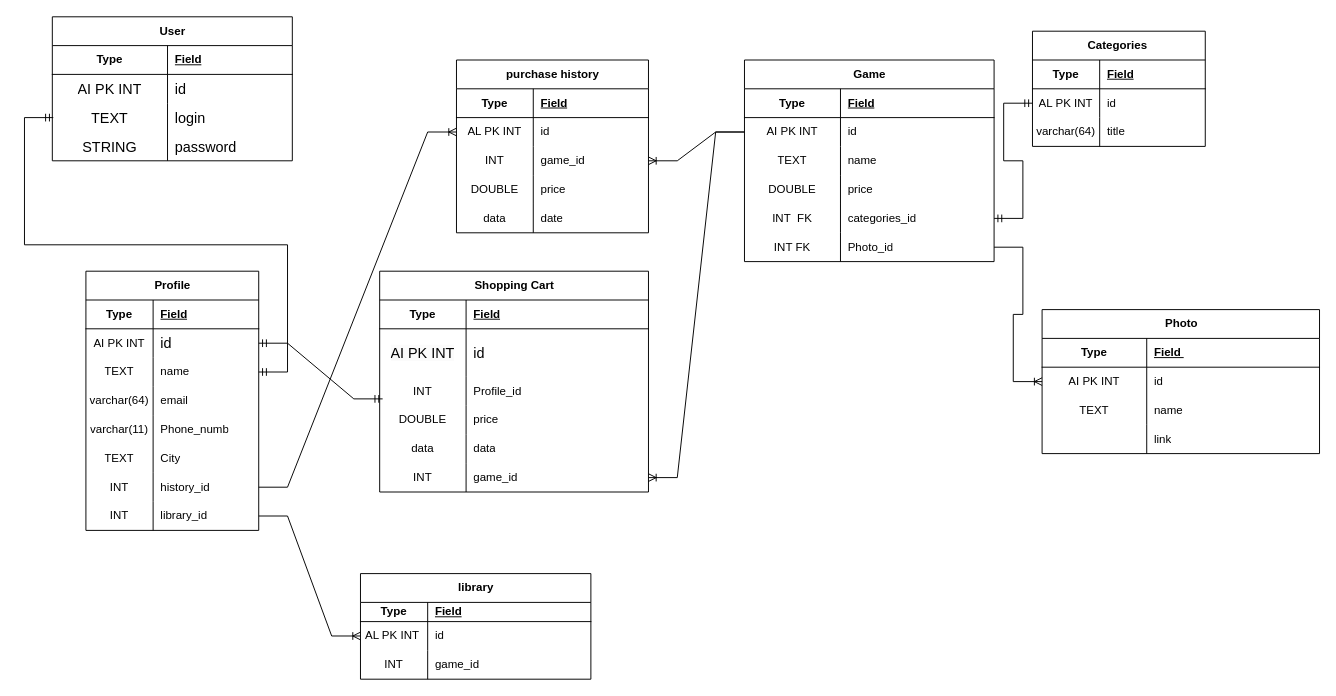
The draw.io diagram Диаграмма без названия.drawio in david371k/7.09.23, before the edit. Source tidied: cells renumbered, new cells numbered last; positions are measured from the earlier drawing's top-left corner, leaving out a move shared by most shapes. Both pictures are drawn from the tidied source at 96%, with x=0, y=0 at pixel (-974, 16).
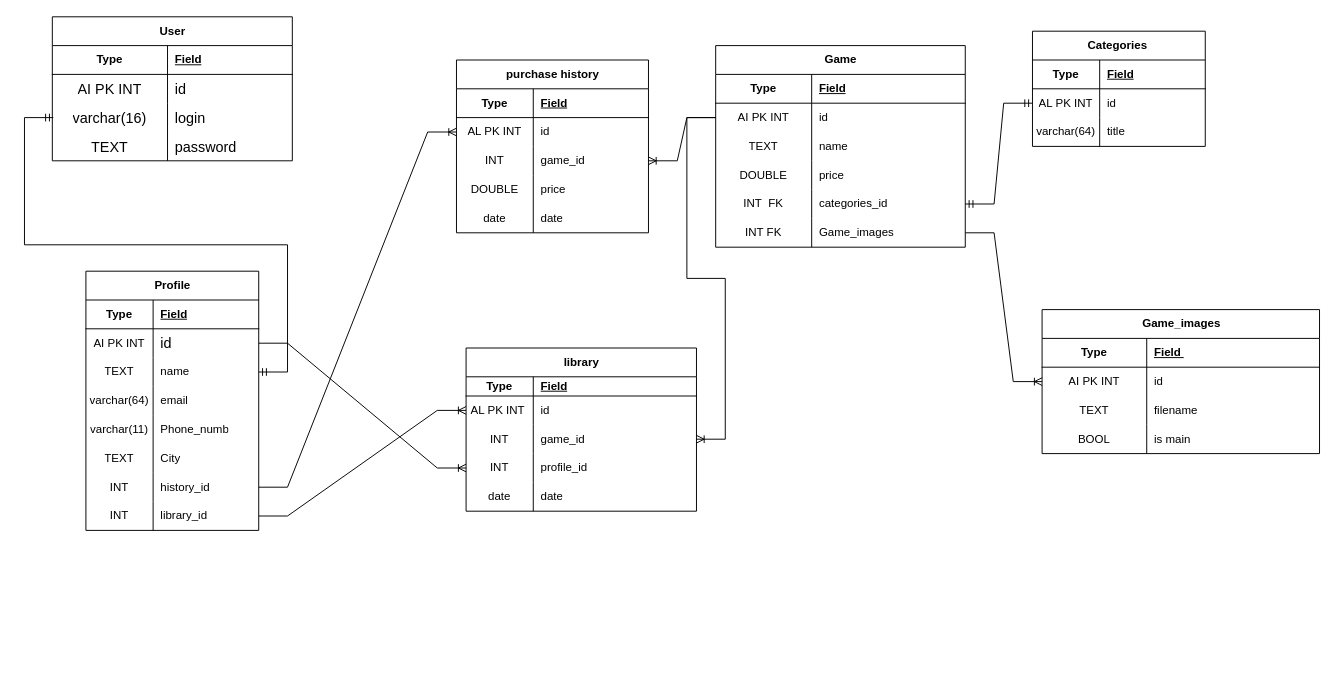
After the change.

Unchanged cells that the change refers to:
```xml
<mxCell id="9" style="shape=tableRow;horizontal=0;startSize=0;swimlaneHead=0;swimlaneBody=0;fillColor=none;top=0;left=0;right=0;bottom=0;" parent="2" vertex="1">
  <mxGeometry y="90" width="250" height="30" as="geometry" />
</mxCell>
<mxCell id="12" style="shape=tableRow;horizontal=0;startSize=0;swimlaneHead=0;swimlaneBody=0;fillColor=none;top=0;left=0;right=0;bottom=0;" parent="2" vertex="1">
  <mxGeometry y="120" width="250" height="30" as="geometry" />
</mxCell>
<mxCell id="19" style="shape=tableRow;horizontal=0;startSize=0;swimlaneHead=0;swimlaneBody=0;fillColor=none;points=[[0,0.5],[1,0.5]];portConstraint=eastwest;top=0;left=0;right=0;bottom=0;" parent="15" vertex="1">
  <mxGeometry y="60" width="180" height="30" as="geometry" />
</mxCell>
<mxCell id="64" style="shape=tableRow;horizontal=0;startSize=0;swimlaneHead=0;swimlaneBody=0;fillColor=none;points=[[0,0.5],[1,0.5]];portConstraint=eastwest;top=0;left=0;right=0;bottom=0;" parent="60" vertex="1">
  <mxGeometry y="60" width="260" height="30" as="geometry" />
</mxCell>
<mxCell id="76" style="shape=tableRow;horizontal=0;startSize=0;swimlaneHead=0;swimlaneBody=0;fillColor=none;points=[[0,0.5],[1,0.5]];portConstraint=eastwest;top=0;left=0;right=0;bottom=0;" parent="60" vertex="1">
  <mxGeometry y="180" width="260" height="30" as="geometry" />
</mxCell>
<mxCell id="98" style="shape=tableRow;horizontal=0;startSize=0;swimlaneHead=0;swimlaneBody=0;fillColor=none;top=0;left=0;right=0;bottom=0;" parent="91" vertex="1">
  <mxGeometry y="90" width="289" height="30" as="geometry" />
</mxCell>
<mxCell id="101" style="shape=tableRow;horizontal=0;startSize=0;swimlaneHead=0;swimlaneBody=0;fillColor=none;top=0;left=0;right=0;bottom=0;" parent="91" vertex="1">
  <mxGeometry y="120" width="289" height="30" as="geometry" />
</mxCell>
<mxCell id="118" style="shape=tableRow;horizontal=0;startSize=0;swimlaneHead=0;swimlaneBody=0;fillColor=none;top=0;left=0;right=0;bottom=0;" parent="105" vertex="1">
  <mxGeometry y="150" width="200" height="30" as="geometry" />
</mxCell>
<mxCell id="129" style="shape=tableRow;horizontal=0;startSize=0;swimlaneHead=0;swimlaneBody=0;fillColor=none;points=[[0,0.5],[1,0.5]];portConstraint=eastwest;top=0;left=0;right=0;bottom=0;" parent="122" vertex="1">
  <mxGeometry y="80" width="240" height="30" as="geometry" />
</mxCell>
```

The edit, as a diff of the source:
```diff
@@
-    <mxCell id="10" value="&lt;font style=&quot;font-size: 15px;&quot;&gt;TEXT&lt;/font&gt;" style="shape=partialRectangle;fillColor=none;top=0;left=0;bottom=0;right=0;overflow=hidden;whiteSpace=wrap;html=1;" parent="9" vertex="1">
+    <mxCell id="10" value="&lt;font style=&quot;font-size: 15px;&quot;&gt;varchar(16)&lt;/font&gt;" style="shape=partialRectangle;fillColor=none;top=0;left=0;bottom=0;right=0;overflow=hidden;whiteSpace=wrap;html=1;" parent="9" vertex="1">
       <mxGeometry width="120" height="30" as="geometry" />
     </mxCell>
@@
-    <mxCell id="13" value="&lt;span style=&quot;font-size: 15px;&quot;&gt;STRING&lt;/span&gt;" style="shape=partialRectangle;fillColor=none;top=0;left=0;bottom=0;right=0;overflow=hidden;whiteSpace=wrap;html=1;" parent="12" vertex="1">
+    <mxCell id="13" value="&lt;span style=&quot;font-size: 15px;&quot;&gt;TEXT&lt;/span&gt;" style="shape=partialRectangle;fillColor=none;top=0;left=0;bottom=0;right=0;overflow=hidden;whiteSpace=wrap;html=1;" parent="12" vertex="1">
       <mxGeometry width="120" height="30" as="geometry" />
     </mxCell>
@@
-    <mxCell id="41" value="Shopping Cart" style="shape=table;startSize=30;childLayout=tableLayout;rowLines=0;fontStyle=1;align=center;html=1;" parent="1" vertex="1">
-      <mxGeometry x="1410" y="265" width="280" height="230" as="geometry" />
-    </mxCell>
-    <mxCell id="42" style="shape=tableRow;horizontal=0;startSize=0;swimlaneHead=0;swimlaneBody=0;fillColor=none;top=0;left=0;right=0;bottom=1;" parent="41" vertex="1">
-      <mxGeometry y="30" width="280" height="30" as="geometry" />
-    </mxCell>
-    <mxCell id="43" value="Type" style="shape=partialRectangle;fillColor=none;top=0;left=0;bottom=0;right=0;fontStyle=1;overflow=hidden;whiteSpace=wrap;html=1;" parent="42" vertex="1">
-      <mxGeometry width="90" height="30" as="geometry" />
-    </mxCell>
-    <mxCell id="44" value="Field" style="shape=partialRectangle;fillColor=none;top=0;left=0;bottom=0;right=0;align=left;spacingLeft=6;fontStyle=5;overflow=hidden;whiteSpace=wrap;html=1;" parent="42" vertex="1">
-      <mxGeometry x="90" width="190" height="30" as="geometry" />
-    </mxCell>
-    <mxCell id="45" style="shape=tableRow;horizontal=0;startSize=0;swimlaneHead=0;swimlaneBody=0;fillColor=none;top=0;left=0;right=0;bottom=0;" parent="41" vertex="1">
-      <mxGeometry y="60" width="280" height="50" as="geometry" />
-    </mxCell>
-    <mxCell id="46" value="&#10;&lt;span style=&quot;color: rgb(0, 0, 0); font-family: Helvetica; font-size: 15px; font-style: normal; font-variant-ligatures: normal; font-variant-caps: normal; font-weight: 400; letter-spacing: normal; orphans: 2; text-align: center; text-indent: 0px; text-transform: none; widows: 2; word-spacing: 0px; -webkit-text-stroke-width: 0px; background-color: rgb(251, 251, 251); text-decoration-thickness: initial; text-decoration-style: initial; text-decoration-color: initial; float: none; display: inline !important;&quot;&gt;AI PK INT&lt;/span&gt;&#10;&#10;" style="shape=partialRectangle;fillColor=none;top=0;left=0;bottom=0;right=0;overflow=hidden;whiteSpace=wrap;html=1;" parent="45" vertex="1">
-      <mxGeometry width="90" height="50" as="geometry" />
-    </mxCell>
-    <mxCell id="47" value="&lt;font style=&quot;font-size: 15px;&quot;&gt;id&lt;/font&gt;" style="shape=partialRectangle;fillColor=none;top=0;left=0;bottom=0;right=0;align=left;spacingLeft=6;overflow=hidden;whiteSpace=wrap;html=1;" parent="45" vertex="1">
-      <mxGeometry x="90" width="190" height="50" as="geometry" />
-    </mxCell>
-    <mxCell id="48" style="shape=tableRow;horizontal=0;startSize=0;swimlaneHead=0;swimlaneBody=0;fillColor=none;points=[[0,0.5],[1,0.5]];portConstraint=eastwest;top=0;left=0;right=0;bottom=0;" parent="41" vertex="1">
-      <mxGeometry y="110" width="280" height="30" as="geometry" />
-    </mxCell>
-    <mxCell id="49" value="INT" style="shape=partialRectangle;fillColor=none;top=0;left=0;bottom=0;right=0;overflow=hidden;whiteSpace=wrap;html=1;" parent="48" vertex="1">
-      <mxGeometry width="90" height="30" as="geometry" />
-    </mxCell>
-    <mxCell id="50" value="Profile_id" style="shape=partialRectangle;fillColor=none;top=0;left=0;bottom=0;right=0;align=left;spacingLeft=6;overflow=hidden;whiteSpace=wrap;html=1;" parent="48" vertex="1">
-      <mxGeometry x="90" width="190" height="30" as="geometry" />
-    </mxCell>
-    <mxCell id="51" style="shape=tableRow;horizontal=0;startSize=0;swimlaneHead=0;swimlaneBody=0;fillColor=none;top=0;left=0;right=0;bottom=0;" parent="41" vertex="1">
-      <mxGeometry y="140" width="280" height="30" as="geometry" />
-    </mxCell>
-    <mxCell id="52" value="DOUBLE" style="shape=partialRectangle;fillColor=none;top=0;left=0;bottom=0;right=0;overflow=hidden;whiteSpace=wrap;html=1;" parent="51" vertex="1">
-      <mxGeometry width="90" height="30" as="geometry" />
-    </mxCell>
-    <mxCell id="53" value="price" style="shape=partialRectangle;fillColor=none;top=0;left=0;bottom=0;right=0;align=left;spacingLeft=6;overflow=hidden;whiteSpace=wrap;html=1;" parent="51" vertex="1">
-      <mxGeometry x="90" width="190" height="30" as="geometry" />
-    </mxCell>
-    <mxCell id="54" style="shape=tableRow;horizontal=0;startSize=0;swimlaneHead=0;swimlaneBody=0;fillColor=none;top=0;left=0;right=0;bottom=0;" parent="41" vertex="1">
-      <mxGeometry y="170" width="280" height="30" as="geometry" />
-    </mxCell>
-    <mxCell id="55" value="data" style="shape=partialRectangle;fillColor=none;top=0;left=0;bottom=0;right=0;overflow=hidden;whiteSpace=wrap;html=1;" parent="54" vertex="1">
-      <mxGeometry width="90" height="30" as="geometry" />
-    </mxCell>
-    <mxCell id="56" value="data" style="shape=partialRectangle;fillColor=none;top=0;left=0;bottom=0;right=0;align=left;spacingLeft=6;overflow=hidden;whiteSpace=wrap;html=1;" parent="54" vertex="1">
-      <mxGeometry x="90" width="190" height="30" as="geometry" />
-    </mxCell>
-    <mxCell id="57" style="shape=tableRow;horizontal=0;startSize=0;swimlaneHead=0;swimlaneBody=0;fillColor=none;points=[[0,0.5],[1,0.5]];portConstraint=eastwest;top=0;left=0;right=0;bottom=0;" parent="41" vertex="1">
-      <mxGeometry y="200" width="280" height="30" as="geometry" />
-    </mxCell>
-    <mxCell id="58" value="INT" style="shape=partialRectangle;fillColor=none;top=0;left=0;bottom=0;right=0;overflow=hidden;whiteSpace=wrap;html=1;" parent="57" vertex="1">
-      <mxGeometry width="90" height="30" as="geometry" />
-    </mxCell>
-    <mxCell id="59" value="game_id" style="shape=partialRectangle;fillColor=none;top=0;left=0;bottom=0;right=0;align=left;spacingLeft=6;overflow=hidden;whiteSpace=wrap;html=1;" parent="57" vertex="1">
-      <mxGeometry x="90" width="190" height="30" as="geometry" />
-    </mxCell>
     <mxCell id="60" value="Game" style="shape=table;startSize=30;childLayout=tableLayout;rowLines=0;fontStyle=1;align=center;html=1;" parent="1" vertex="1">
-      <mxGeometry x="1790" y="45" width="260" height="210" as="geometry" />
+      <mxGeometry x="1760" y="30" width="260" height="210" as="geometry" />
     </mxCell>
@@
-    <mxCell id="78" value="Photo_id" style="shape=partialRectangle;fillColor=none;top=0;left=0;bottom=0;right=0;align=left;spacingLeft=6;overflow=hidden;whiteSpace=wrap;html=1;" parent="76" vertex="1">
+    <mxCell id="78" value="Game_images" style="shape=partialRectangle;fillColor=none;top=0;left=0;bottom=0;right=0;align=left;spacingLeft=6;overflow=hidden;whiteSpace=wrap;html=1;" parent="76" vertex="1">
       <mxGeometry x="100" width="160" height="30" as="geometry" />
     </mxCell>
@@
-    <mxCell id="89" style="edgeStyle=entityRelationEdgeStyle;fontSize=12;html=1;endArrow=ERmandOne;startArrow=ERmandOne;rounded=0;entryX=1;entryY=0.5;entryDx=0;entryDy=0;exitX=0.011;exitY=0.767;exitDx=0;exitDy=0;exitPerimeter=0;" parent="1" edge="1" source="48" target="19">
-      <mxGeometry relative="1" as="geometry" />
-    </mxCell>
@@
-    <mxCell id="91" value="Photo" style="shape=table;startSize=30;childLayout=tableLayout;rowLines=0;fontStyle=1;align=center;html=1;" parent="1" vertex="1">
+    <mxCell id="91" value="Game_images" style="shape=table;startSize=30;childLayout=tableLayout;rowLines=0;fontStyle=1;align=center;html=1;" parent="1" vertex="1">
       <mxGeometry x="2100" y="305" width="289" height="150" as="geometry" />
     </mxCell>
@@
-    <mxCell id="100" value="name" style="shape=partialRectangle;fillColor=none;top=0;left=0;bottom=0;right=0;align=left;spacingLeft=6;overflow=hidden;whiteSpace=wrap;html=1;" parent="98" vertex="1">
+    <mxCell id="100" value="filename" style="shape=partialRectangle;fillColor=none;top=0;left=0;bottom=0;right=0;align=left;spacingLeft=6;overflow=hidden;whiteSpace=wrap;html=1;" parent="98" vertex="1">
       <mxGeometry x="109" width="180" height="30" as="geometry" />
     </mxCell>
@@
-    <mxCell id="102" style="shape=partialRectangle;fillColor=none;top=0;left=0;bottom=0;right=0;overflow=hidden;whiteSpace=wrap;html=1;" parent="101" vertex="1">
+    <mxCell id="102" value="BOOL" style="shape=partialRectangle;fillColor=none;top=0;left=0;bottom=0;right=0;overflow=hidden;whiteSpace=wrap;html=1;" parent="101" vertex="1">
       <mxGeometry width="109" height="30" as="geometry" />
     </mxCell>
-    <mxCell id="103" value="link" style="shape=partialRectangle;fillColor=none;top=0;left=0;bottom=0;right=0;align=left;spacingLeft=6;overflow=hidden;whiteSpace=wrap;html=1;" parent="101" vertex="1">
+    <mxCell id="103" value="is main" style="shape=partialRectangle;fillColor=none;top=0;left=0;bottom=0;right=0;align=left;spacingLeft=6;overflow=hidden;whiteSpace=wrap;html=1;" parent="101" vertex="1">
       <mxGeometry x="109" width="180" height="30" as="geometry" />
     </mxCell>
@@
-    <mxCell id="119" value="data" style="shape=partialRectangle;fillColor=none;top=0;left=0;bottom=0;right=0;overflow=hidden;whiteSpace=wrap;html=1;" parent="118" vertex="1">
+    <mxCell id="119" value="date" style="shape=partialRectangle;fillColor=none;top=0;left=0;bottom=0;right=0;overflow=hidden;whiteSpace=wrap;html=1;" parent="118" vertex="1">
       <mxGeometry width="80" height="30" as="geometry" />
     </mxCell>
@@
     <mxCell id="122" value="library" style="shape=table;startSize=30;childLayout=tableLayout;rowLines=0;fontStyle=1;align=center;html=1;" parent="1" vertex="1">
-      <mxGeometry x="1390" y="580" width="240" height="110" as="geometry" />
+      <mxGeometry x="1500" y="345" width="240" height="170" as="geometry" />
     </mxCell>
@@
+    <mxCell id="136" style="shape=tableRow;horizontal=0;startSize=0;swimlaneHead=0;swimlaneBody=0;fillColor=none;points=[[0,0.5],[1,0.5]];portConstraint=eastwest;top=0;left=0;right=0;bottom=0;" parent="122" vertex="1">
+      <mxGeometry y="110" width="240" height="30" as="geometry" />
+    </mxCell>
+    <mxCell id="137" value="INT" style="shape=partialRectangle;fillColor=none;top=0;left=0;bottom=0;right=0;overflow=hidden;whiteSpace=wrap;html=1;" parent="136" vertex="1">
+      <mxGeometry width="70" height="30" as="geometry" />
+    </mxCell>
+    <mxCell id="138" value="profile_id" style="shape=partialRectangle;fillColor=none;top=0;left=0;bottom=0;right=0;align=left;spacingLeft=6;overflow=hidden;whiteSpace=wrap;html=1;" parent="136" vertex="1">
+      <mxGeometry x="70" width="170" height="30" as="geometry" />
+    </mxCell>
+    <mxCell id="139" style="shape=tableRow;horizontal=0;startSize=0;swimlaneHead=0;swimlaneBody=0;fillColor=none;top=0;left=0;right=0;bottom=0;" parent="122" vertex="1">
+      <mxGeometry y="140" width="240" height="30" as="geometry" />
+    </mxCell>
+    <mxCell id="140" value="date" style="shape=partialRectangle;fillColor=none;top=0;left=0;bottom=0;right=0;overflow=hidden;whiteSpace=wrap;html=1;" parent="139" vertex="1">
+      <mxGeometry width="70" height="30" as="geometry" />
+    </mxCell>
+    <mxCell id="141" value="date" style="shape=partialRectangle;fillColor=none;top=0;left=0;bottom=0;right=0;align=left;spacingLeft=6;overflow=hidden;whiteSpace=wrap;html=1;" parent="139" vertex="1">
+      <mxGeometry x="70" width="170" height="30" as="geometry" />
+    </mxCell>
@@
-    <mxCell id="135" style="edgeStyle=entityRelationEdgeStyle;fontSize=12;html=1;endArrow=ERoneToMany;rounded=0;entryX=1;entryY=0.5;entryDx=0;entryDy=0;" parent="1" edge="1" source="64" target="57">
-      <mxGeometry relative="1" as="geometry" />
-    </mxCell>
+    <mxCell id="142" style="edgeStyle=entityRelationEdgeStyle;fontSize=12;html=1;endArrow=ERoneToMany;rounded=0;exitX=0;exitY=0.5;exitDx=0;exitDy=0;entryX=1;entryY=0.5;entryDx=0;entryDy=0;" parent="1" edge="1" source="64" target="129">
+      <mxGeometry relative="1" as="geometry" />
+    </mxCell>
+    <mxCell id="143" style="edgeStyle=entityRelationEdgeStyle;fontSize=12;html=1;endArrow=ERoneToMany;rounded=0;exitX=1;exitY=0.5;exitDx=0;exitDy=0;" parent="1" edge="1" source="19" target="136">
+      <mxGeometry relative="1" as="geometry" />
+    </mxCell>
```
